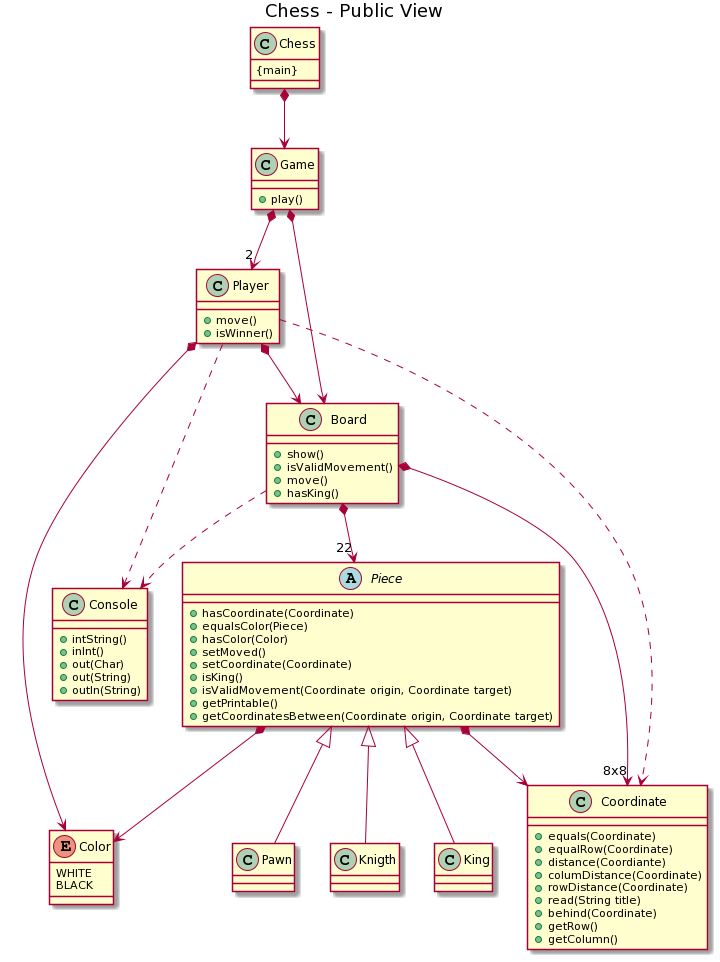
This is public-view.png from Master-Desarrollo-20-21/ejercicio-4-ajedrez-polimorfismo-raul-00, a PlantUML export, as it was before one commit.
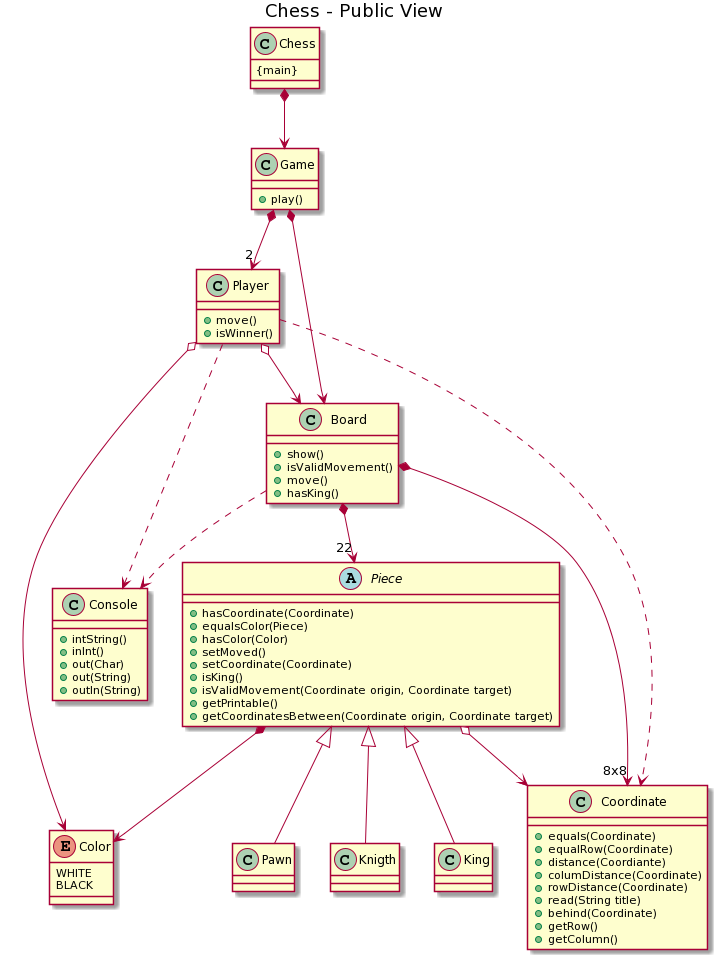
After the commit.

Commit message:
Replace composition with aggregation

What changed in the source:
```diff
@@ -10,13 +10,13 @@
 Board *--> "22" Piece
 Board ..> Console
 
-Player *--> Color
-Player *--> Board
+Player o--> Color
+Player o--> Board
 Player ..> Coordinate
 Player ..> Console
 
 Piece *--> Color
-Piece *--> Coordinate
+Piece o--> Coordinate
 
 Piece  <|-- Pawn
 Piece  <|-- Knigth
```
